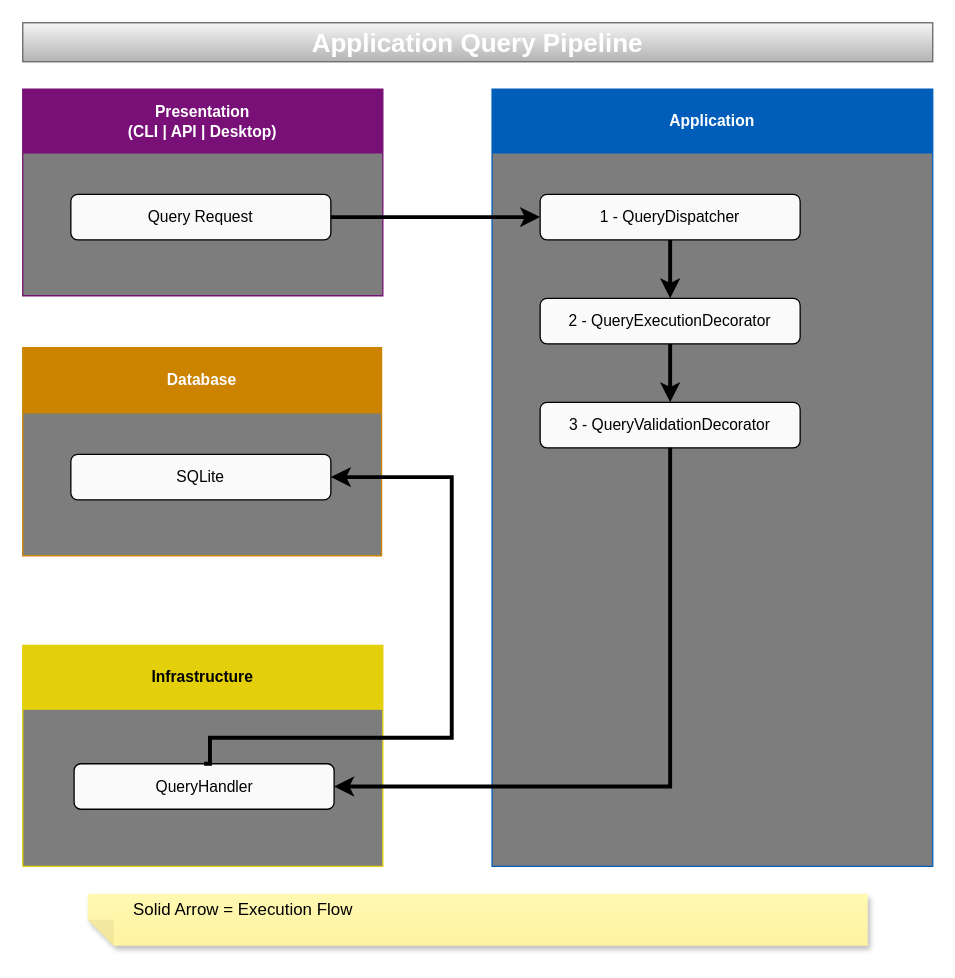
Earlier version of the draw.io diagram docs/application/application-query-pipeline.drawio (sergio-lopes-developer/whoami). Source tidied: cells renumbered, new cells numbered last; positions are measured from the earlier drawing's top-left corner, leaving out a move shared by most shapes. Both pictures are drawn from the tidied source at 130%, with x=0, y=0 at pixel (22, 22).
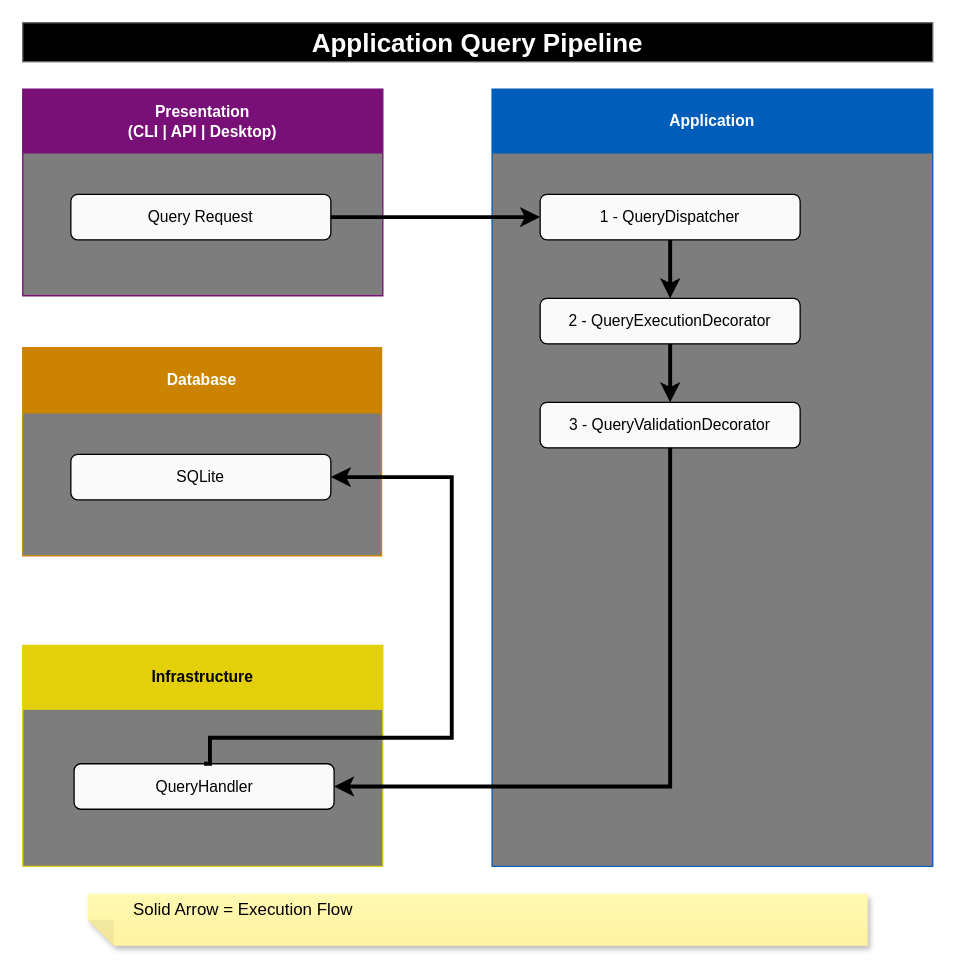
Above is the later version.

Commit message (it also covers changes not shown here):
docs: fix diagram title backgrounds

Change to the diagram source:
```diff
@@
-    <mxCell id="13" value="&lt;font style=&quot;color: light-dark(rgb(255, 255, 255), rgb(255, 255, 255));&quot;&gt;Application Query Pipeline&lt;/font&gt;" style="text;html=1;whiteSpace=wrap;strokeColor=#666666;fillColor=#f5f5f5;align=center;verticalAlign=middle;rounded=0;gradientColor=#b3b3b3;fontSize=20;fontStyle=1;fontColor=light-dark(#FFFFFF,#FFFFFF);" parent="1" vertex="1">
+    <mxCell id="13" value="&lt;font style=&quot;color: light-dark(rgb(255, 255, 255), rgb(255, 255, 255));&quot;&gt;Application Query Pipeline&lt;/font&gt;" style="text;html=1;whiteSpace=wrap;strokeColor=#666666;fillColor=#f5f5f5;align=center;verticalAlign=middle;rounded=0;gradientColor=light-dark(#535353,#535353);fontSize=20;fontStyle=1;fontColor=light-dark(#FFFFFF,#FFFFFF);" parent="1" vertex="1">
       <mxGeometry width="700" height="30" as="geometry" />
     </mxCell>
```
